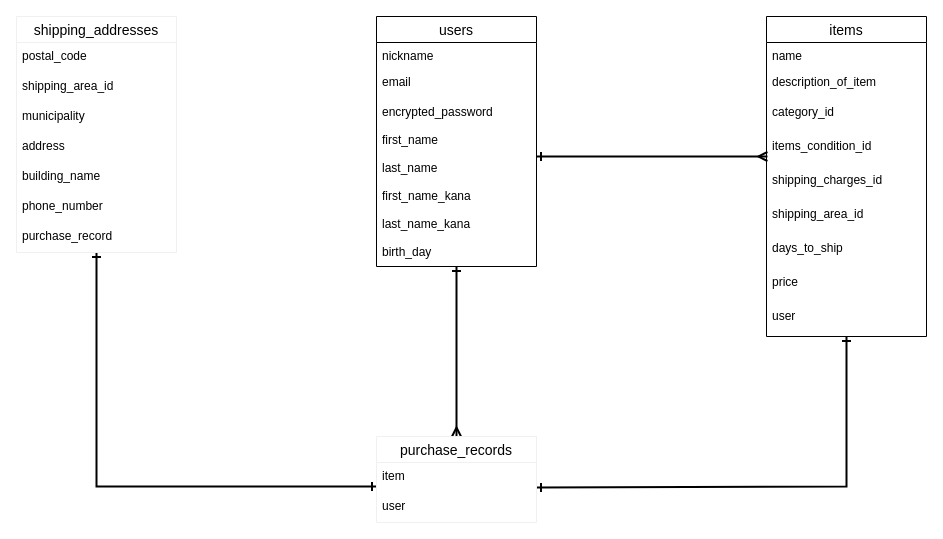
sairas774/furima-35582 keeps this draw.io diagram as furima_ER.dio. Above is the earlier version. Source tidied: cells renumbered, new cells numbered last; positions are measured from the earlier drawing's top-left corner, leaving out a move shared by most shapes. Both pictures are drawn from the tidied source at 100%, with x=0, y=0 at pixel (16, 16).
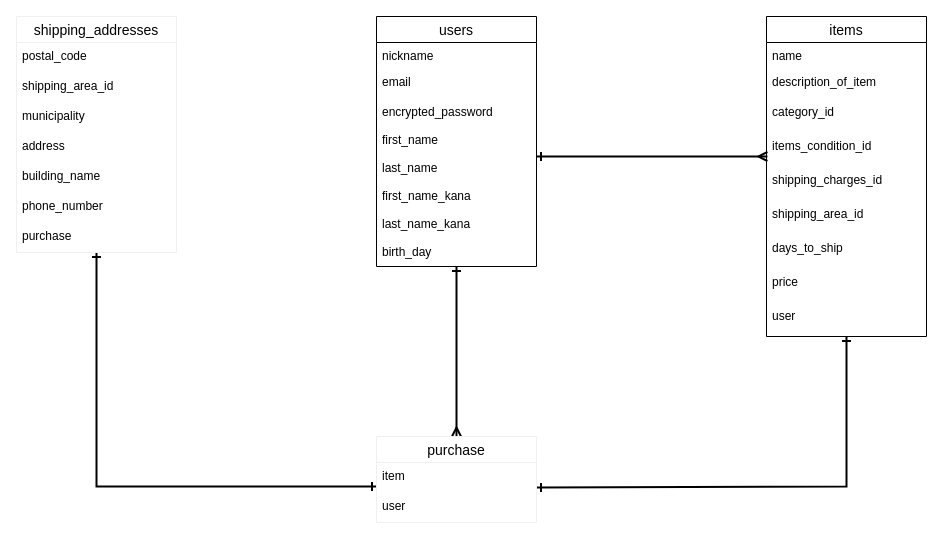
Above is the later version.

The change refers to these unchanged cells:
```xml
<mxCell id="25" value="shipping_addresses" style="swimlane;fontStyle=0;horizontal=1;startSize=26;align=center;fontSize=14;strokeColor=#f0f0f0;fillColor=none;" parent="1" vertex="1">
  <mxGeometry width="160" height="236" as="geometry" />
</mxCell>
```

Diff of the diagram source:
```diff
@@
-    <mxCell id="32" value="purchase_record" style="text;strokeColor=none;fillColor=none;spacingLeft=4;spacingRight=4;overflow=hidden;fontSize=12;" parent="25" vertex="1">
+    <mxCell id="32" value="purchase" style="text;strokeColor=none;fillColor=none;spacingLeft=4;spacingRight=4;overflow=hidden;fontSize=12;" parent="25" vertex="1">
       <mxGeometry y="206" width="160" height="30" as="geometry" />
     </mxCell>
-    <mxCell id="33" value="purchase_records" style="swimlane;fontStyle=0;horizontal=1;startSize=26;align=center;fontSize=14;strokeColor=#f0f0f0;fillColor=none;" parent="1" vertex="1">
+    <mxCell id="33" value="purchase" style="swimlane;fontStyle=0;horizontal=1;startSize=26;align=center;fontSize=14;strokeColor=#f0f0f0;fillColor=none;" parent="1" vertex="1">
       <mxGeometry x="360" y="420" width="160" height="86" as="geometry" />
     </mxCell>
```
